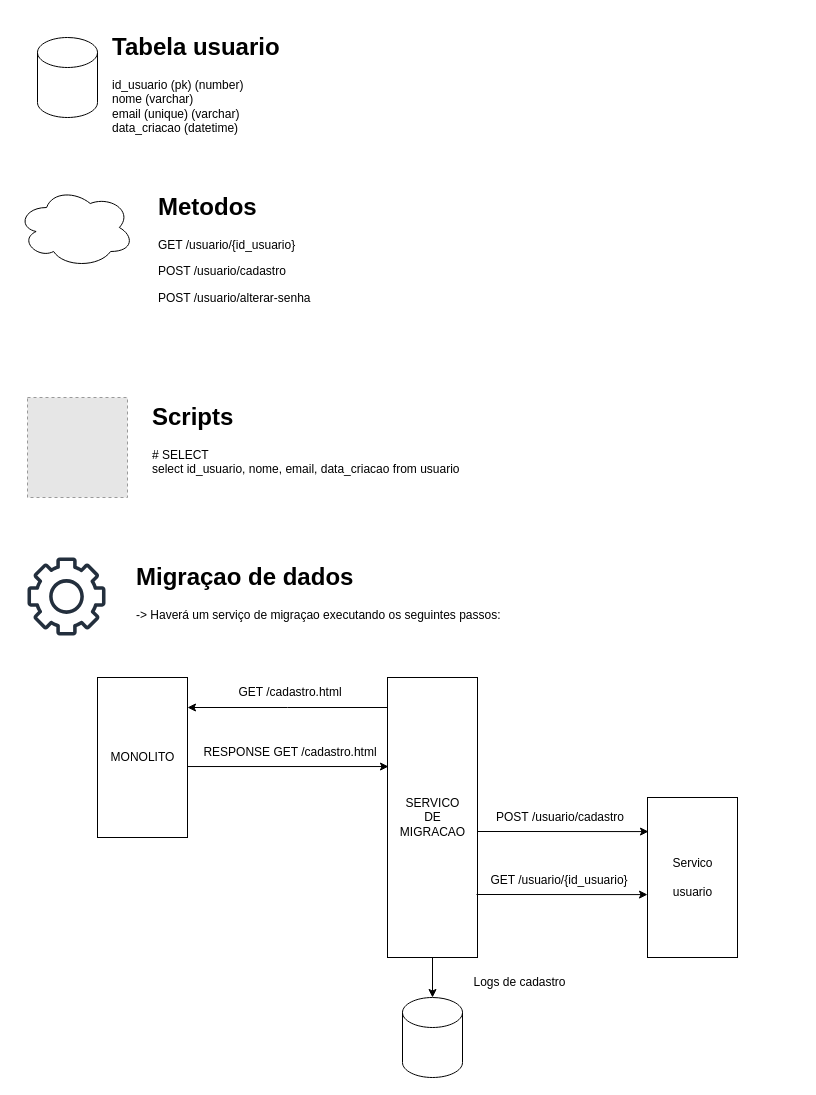
Above: page "Usuario" (2 of 7) of diagrams/entrega.drawio in mack-devops/microservices (draw.io), before the change. Source tidied: cells renumbered, new cells numbered last; positions are measured from the earlier drawing's top-left corner, leaving out a move shared by most shapes. Both pictures are drawn from the tidied source at 100%, with x=0, y=0 at pixel (17, 27). Pictures stored in the file or linked from it are replaced by grey dashed boxes.
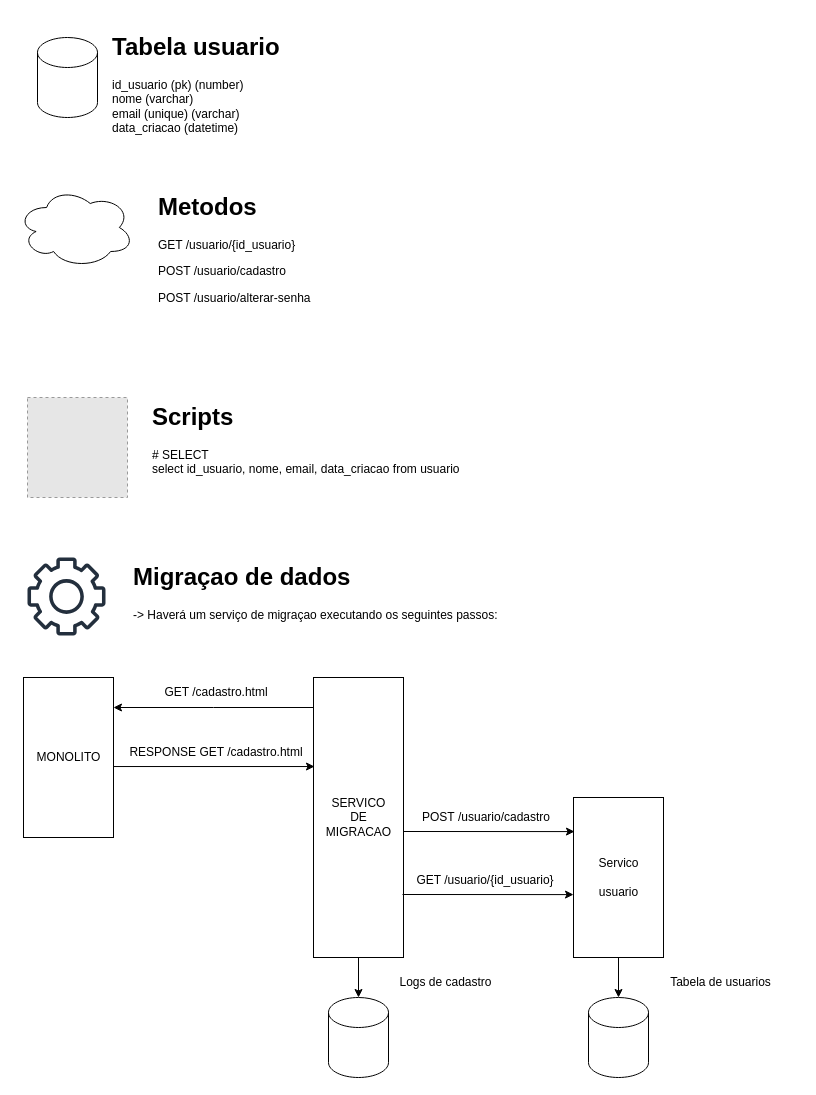
The same diagram, later.

Diff of the diagram source:
```diff
@@
-    <mxCell id="9" value="&lt;h1&gt;Migraçao de dados&lt;/h1&gt;&lt;div&gt;-&amp;gt; Haverá um serviço de migraçao executando os seguintes passos:&lt;/div&gt;&lt;div&gt;&lt;br&gt;&lt;/div&gt;&lt;div&gt;&lt;span style=&quot;white-space: pre&quot;&gt;&#9;&lt;/span&gt;&lt;br&gt;&lt;/div&gt;" style="text;html=1;strokeColor=none;fillColor=none;spacing=5;spacingTop=-20;whiteSpace=wrap;overflow=hidden;rounded=0;" parent="1" vertex="1">
-      <mxGeometry x="114" y="530" width="566" height="210" as="geometry" />
-    </mxCell>
@@
+    <mxCell id="27" style="group;" parent="1" vertex="1">
+      <mxGeometry x="6" y="650" width="775" height="400" as="geometry" />
+    </mxCell>
-    <mxCell id="13" value="MONOLITO" style="html=1;points=[];perimeter=orthogonalPerimeter;fontSize=12;" parent="1" vertex="1">
-      <mxGeometry x="80" y="650" width="90" height="160" as="geometry" />
+    <mxCell id="13" value="MONOLITO" style="html=1;points=[];perimeter=orthogonalPerimeter;fontSize=12;" parent="27" vertex="1">
+      <mxGeometry width="90" height="160" as="geometry" />
     </mxCell>
-    <mxCell id="14" value="Servico&lt;br&gt;&lt;br&gt;usuario" style="html=1;points=[];perimeter=orthogonalPerimeter;fontSize=12;" parent="1" vertex="1">
-      <mxGeometry x="630" y="770" width="90" height="160" as="geometry" />
+    <mxCell id="14" value="Servico&lt;br&gt;&lt;br&gt;usuario" style="html=1;points=[];perimeter=orthogonalPerimeter;fontSize=12;" parent="27" vertex="1">
+      <mxGeometry x="550" y="120" width="90" height="160" as="geometry" />
     </mxCell>
-    <mxCell id="15" style="edgeStyle=orthogonalEdgeStyle;rounded=0;jettySize=auto;html=1;fontSize=12;" parent="1" edge="1" source="17" target="13">
+    <mxCell id="15" style="edgeStyle=orthogonalEdgeStyle;rounded=0;jettySize=auto;html=1;fontSize=12;" parent="27" edge="1" source="17" target="13">
       <mxGeometry relative="1" as="geometry">
         <Array as="points">
-          <mxPoint x="270" y="680" />
-          <mxPoint x="270" y="680" />
+          <mxPoint x="190" y="30" />
+          <mxPoint x="190" y="30" />
         </Array>
       </mxGeometry>
     </mxCell>
-    <mxCell id="16" style="edgeStyle=orthogonalEdgeStyle;rounded=0;jettySize=auto;html=1;fontSize=12;" parent="1" edge="1" source="17" target="25">
-      <mxGeometry relative="1" as="geometry" />
-    </mxCell>
-    <mxCell id="17" value="SERVICO&lt;br&gt;DE&lt;br&gt;MIGRACAO" style="html=1;points=[];perimeter=orthogonalPerimeter;fontSize=12;" parent="1" vertex="1">
-      <mxGeometry x="370" y="650" width="90" height="280" as="geometry" />
+    <mxCell id="17" value="SERVICO&lt;br&gt;DE&lt;br&gt;MIGRACAO" style="html=1;points=[];perimeter=orthogonalPerimeter;fontSize=12;" parent="27" vertex="1">
+      <mxGeometry x="290" width="90" height="280" as="geometry" />
     </mxCell>
-    <mxCell id="18" value="GET /cadastro.html" style="text;html=1;strokeColor=none;fillColor=none;align=center;verticalAlign=middle;whiteSpace=wrap;rounded=0;fontSize=12;" parent="1" vertex="1">
-      <mxGeometry x="200" y="650" width="146" height="30" as="geometry" />
+    <mxCell id="18" value="GET /cadastro.html" style="text;html=1;strokeColor=none;fillColor=none;align=center;verticalAlign=middle;whiteSpace=wrap;rounded=0;fontSize=12;" parent="27" vertex="1">
+      <mxGeometry x="120" width="146" height="30" as="geometry" />
     </mxCell>
-    <mxCell id="19" style="endArrow=classic;html=1;rounded=0;fontSize=12;entryX=0.011;entryY=0.318;entryDx=0;entryDy=0;entryPerimeter=0;" parent="1" edge="1" source="13" target="17">
+    <mxCell id="19" style="endArrow=classic;html=1;rounded=0;fontSize=12;entryX=0.011;entryY=0.318;entryDx=0;entryDy=0;entryPerimeter=0;" parent="27" edge="1" source="13" target="17">
       <mxGeometry relative="1" as="geometry" />
     </mxCell>
-    <mxCell id="20" value="RESPONSE GET /cadastro.html" style="text;html=1;strokeColor=none;fillColor=none;align=center;verticalAlign=middle;whiteSpace=wrap;rounded=0;fontSize=12;" parent="1" vertex="1">
-      <mxGeometry x="183" y="710" width="180" height="30" as="geometry" />
+    <mxCell id="20" value="RESPONSE GET /cadastro.html" style="text;html=1;strokeColor=none;fillColor=none;align=center;verticalAlign=middle;whiteSpace=wrap;rounded=0;fontSize=12;" parent="27" vertex="1">
+      <mxGeometry x="103" y="60" width="180" height="30" as="geometry" />
     </mxCell>
-    <mxCell id="21" style="endArrow=classic;html=1;rounded=0;fontSize=12;entryX=0.011;entryY=0.213;entryDx=0;entryDy=0;entryPerimeter=0;" parent="1" edge="1" target="14">
+    <mxCell id="21" style="endArrow=classic;html=1;rounded=0;fontSize=12;entryX=0.011;entryY=0.213;entryDx=0;entryDy=0;entryPerimeter=0;" parent="27" edge="1" target="14">
       <mxGeometry relative="1" as="geometry">
-        <mxPoint x="460" y="804" as="sourcePoint" />
+        <mxPoint x="380" y="154" as="sourcePoint" />
       </mxGeometry>
     </mxCell>
-    <mxCell id="22" value="POST&amp;nbsp;&lt;span style=&quot;text-align: left&quot;&gt;/usuario/cadastro&lt;/span&gt;" style="text;html=1;strokeColor=none;fillColor=none;align=center;verticalAlign=middle;whiteSpace=wrap;rounded=0;fontSize=12;" parent="1" vertex="1">
-      <mxGeometry x="470" y="775" width="146" height="30" as="geometry" />
+    <mxCell id="22" value="POST&amp;nbsp;&lt;span style=&quot;text-align: left&quot;&gt;/usuario/cadastro&lt;/span&gt;" style="text;html=1;strokeColor=none;fillColor=none;align=center;verticalAlign=middle;whiteSpace=wrap;rounded=0;fontSize=12;" parent="27" vertex="1">
+      <mxGeometry x="390" y="125" width="146" height="30" as="geometry" />
     </mxCell>
-    <mxCell id="23" style="endArrow=classic;html=1;rounded=0;fontSize=12;entryX=0.011;entryY=0.213;entryDx=0;entryDy=0;entryPerimeter=0;" parent="1" edge="1">
+    <mxCell id="23" style="endArrow=classic;html=1;rounded=0;fontSize=12;entryX=0.011;entryY=0.213;entryDx=0;entryDy=0;entryPerimeter=0;" parent="27" edge="1">
       <mxGeometry relative="1" as="geometry">
-        <mxPoint x="459" y="867" as="sourcePoint" />
-        <mxPoint x="630" y="867.1" as="targetPoint" />
+        <mxPoint x="379" y="217" as="sourcePoint" />
+        <mxPoint x="550" y="217.1" as="targetPoint" />
       </mxGeometry>
     </mxCell>
-    <mxCell id="24" value="&lt;span style=&quot;text-align: left&quot;&gt;GET /usuario/{id_usuario}&lt;/span&gt;" style="text;html=1;strokeColor=none;fillColor=none;align=center;verticalAlign=middle;whiteSpace=wrap;rounded=0;fontSize=12;" parent="1" vertex="1">
-      <mxGeometry x="469" y="838" width="146" height="30" as="geometry" />
+    <mxCell id="24" value="&lt;span style=&quot;text-align: left&quot;&gt;GET /usuario/{id_usuario}&lt;/span&gt;" style="text;html=1;strokeColor=none;fillColor=none;align=center;verticalAlign=middle;whiteSpace=wrap;rounded=0;fontSize=12;" parent="27" vertex="1">
+      <mxGeometry x="389" y="188" width="146" height="30" as="geometry" />
     </mxCell>
-    <mxCell id="25" style="shape=cylinder3;whiteSpace=wrap;html=1;boundedLbl=1;backgroundOutline=1;size=15;fontSize=12;" parent="1" vertex="1">
-      <mxGeometry x="385" y="970" width="60" height="80" as="geometry" />
+    <mxCell id="25" style="shape=cylinder3;whiteSpace=wrap;html=1;boundedLbl=1;backgroundOutline=1;size=15;fontSize=12;" parent="27" vertex="1">
+      <mxGeometry x="305" y="320" width="60" height="80" as="geometry" />
     </mxCell>
+    <mxCell id="16" style="edgeStyle=orthogonalEdgeStyle;rounded=0;jettySize=auto;html=1;fontSize=12;" parent="27" edge="1" source="17" target="25">
+      <mxGeometry relative="1" as="geometry" />
+    </mxCell>
-    <mxCell id="26" value="Logs de cadastro" style="text;html=1;strokeColor=none;fillColor=none;align=center;verticalAlign=middle;whiteSpace=wrap;rounded=0;fontSize=12;" parent="1" vertex="1">
-      <mxGeometry x="445" y="940" width="115" height="30" as="geometry" />
+    <mxCell id="26" value="Logs de cadastro" style="text;html=1;strokeColor=none;fillColor=none;align=center;verticalAlign=middle;whiteSpace=wrap;rounded=0;fontSize=12;" parent="27" vertex="1">
+      <mxGeometry x="365" y="290" width="115" height="30" as="geometry" />
     </mxCell>
+    <mxCell id="28" style="shape=cylinder3;whiteSpace=wrap;html=1;boundedLbl=1;backgroundOutline=1;size=15;fontSize=12;" parent="27" vertex="1">
+      <mxGeometry x="565" y="320" width="60" height="80" as="geometry" />
+    </mxCell>
+    <mxCell id="29" value="Tabela de usuarios" style="text;html=1;strokeColor=none;fillColor=none;align=center;verticalAlign=middle;whiteSpace=wrap;rounded=0;fontSize=12;" parent="27" vertex="1">
+      <mxGeometry x="640" y="290" width="115" height="30" as="geometry" />
+    </mxCell>
+    <mxCell id="30" style="edgeStyle=orthogonalEdgeStyle;rounded=0;jettySize=auto;html=1;fontSize=12;" parent="27" edge="1" source="14" target="28">
+      <mxGeometry relative="1" as="geometry" />
+    </mxCell>
+    <mxCell id="9" value="&lt;h1&gt;Migraçao de dados&lt;/h1&gt;&lt;div&gt;-&amp;gt; Haverá um serviço de migraçao executando os seguintes passos:&lt;/div&gt;&lt;div&gt;&lt;br&gt;&lt;/div&gt;&lt;div&gt;&lt;span style=&quot;white-space: pre&quot;&gt;&#9;&lt;/span&gt;&lt;br&gt;&lt;/div&gt;" style="text;html=1;strokeColor=none;fillColor=none;spacing=5;spacingTop=-20;whiteSpace=wrap;overflow=hidden;rounded=0;" parent="1" vertex="1">
+      <mxGeometry x="111" y="530" width="566" height="210" as="geometry" />
+    </mxCell>
```
